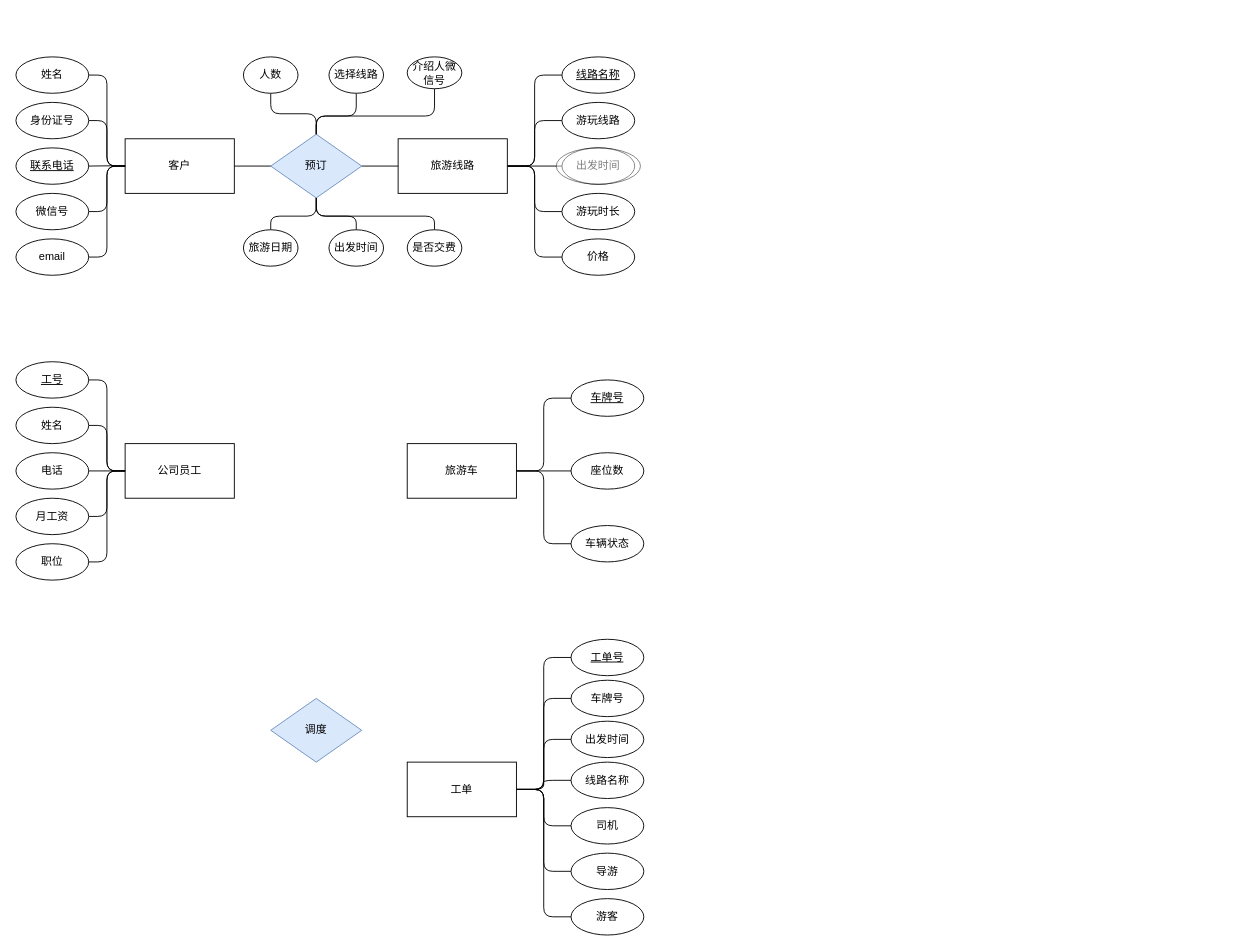
This is Untitled Diagram.drawio from AkeMondx/HNU-Auto-Clockin, a draw.io file, before an edit. Source tidied: cells renumbered, new cells numbered last; positions are measured from the earlier drawing's top-left corner, leaving out a move shared by most shapes. Both pictures are drawn from the tidied source at 91%, with x=0, y=0 at pixel (15, 56).
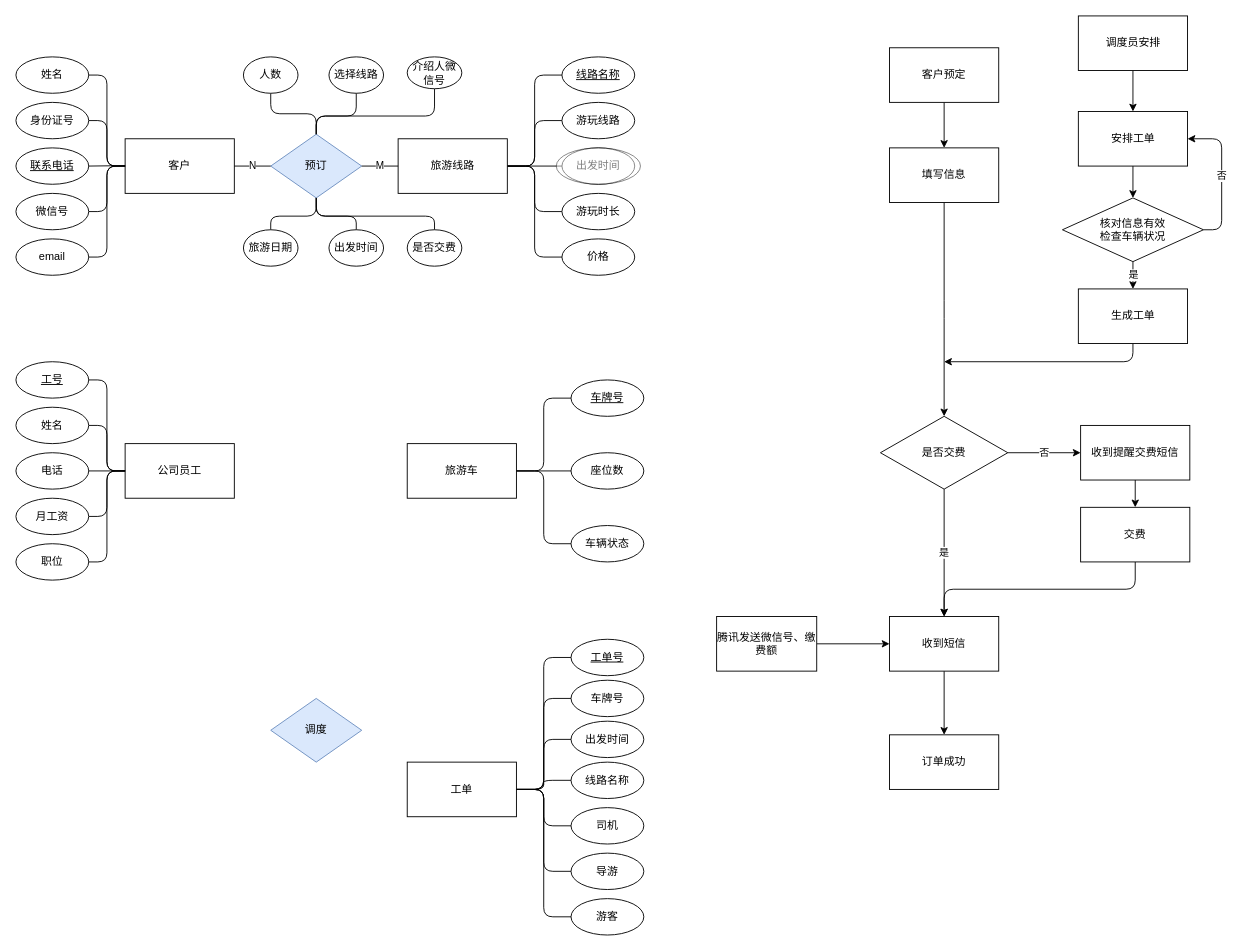
Above is the later version.

The change refers to these unchanged cells:
```xml
<mxCell id="2" value="客户" style="rounded=0;whiteSpace=wrap;html=1;sketch=0;" parent="1" vertex="1">
  <mxGeometry x="120" y="90" width="120" height="60" as="geometry" />
</mxCell>
<mxCell id="3" value="预订" style="rhombus;whiteSpace=wrap;html=1;rounded=0;sketch=0;fillColor=#dae8fc;strokeColor=#6c8ebf;" parent="1" vertex="1">
  <mxGeometry x="280" y="85" width="100" height="70" as="geometry" />
</mxCell>
<mxCell id="18" value="旅游线路" style="rounded=0;whiteSpace=wrap;html=1;sketch=0;" parent="1" vertex="1">
  <mxGeometry x="420" y="90" width="120" height="60" as="geometry" />
</mxCell>
```

Change to the diagram source:
```diff
@@
-    <mxCell id="4" style="endArrow=none;html=1;rounded=1;sketch=0;curved=0;entryX=0;entryY=0.5;entryDx=0;entryDy=0;exitX=1;exitY=0.5;exitDx=0;exitDy=0;" parent="1" edge="1" source="2" target="3">
+    <mxCell id="4" value="N" style="endArrow=none;html=1;rounded=1;sketch=0;curved=0;entryX=0;entryY=0.5;entryDx=0;entryDy=0;exitX=1;exitY=0.5;exitDx=0;exitDy=0;" parent="1" edge="1" source="2" target="3">
       <mxGeometry relative="1" as="geometry" />
     </mxCell>
@@
-    <mxCell id="19" style="endArrow=none;html=1;rounded=1;sketch=0;curved=0;exitX=1;exitY=0.5;exitDx=0;exitDy=0;" parent="1" edge="1" source="3" target="18">
+    <mxCell id="19" value="M" style="endArrow=none;html=1;rounded=1;sketch=0;curved=0;exitX=1;exitY=0.5;exitDx=0;exitDy=0;" parent="1" edge="1" source="3" target="18">
       <mxGeometry relative="1" as="geometry" />
     </mxCell>
@@
+    <mxCell id="75" style="edgeStyle=orthogonalEdgeStyle;curved=0;rounded=1;sketch=0;jettySize=auto;html=1;exitX=0.5;exitY=1;exitDx=0;exitDy=0;entryX=0.5;entryY=0;entryDx=0;entryDy=0;endArrow=classic;endFill=1;" parent="1" edge="1" source="76" target="78">
+      <mxGeometry relative="1" as="geometry" />
+    </mxCell>
+    <mxCell id="76" value="客户预定" style="rounded=0;whiteSpace=wrap;html=1;shadow=0;labelBackgroundColor=none;labelBorderColor=none;sketch=0;gradientColor=none;" parent="1" vertex="1">
+      <mxGeometry x="960" y="-10" width="120" height="60" as="geometry" />
+    </mxCell>
+    <mxCell id="77" style="edgeStyle=orthogonalEdgeStyle;curved=0;rounded=1;sketch=0;jettySize=auto;html=1;exitX=0.5;exitY=1;exitDx=0;exitDy=0;entryX=0.5;entryY=0;entryDx=0;entryDy=0;endArrow=classic;endFill=1;" parent="1" edge="1" source="78">
+      <mxGeometry relative="1" as="geometry">
+        <mxPoint x="1020" y="395" as="targetPoint" />
+      </mxGeometry>
+    </mxCell>
+    <mxCell id="78" value="填写信息" style="rounded=0;whiteSpace=wrap;html=1;shadow=0;labelBackgroundColor=none;labelBorderColor=none;sketch=0;gradientColor=none;" parent="1" vertex="1">
+      <mxGeometry x="960" y="100" width="120" height="60" as="geometry" />
+    </mxCell>
+    <mxCell id="79" style="edgeStyle=orthogonalEdgeStyle;curved=0;rounded=1;sketch=0;jettySize=auto;html=1;exitX=0.5;exitY=1;exitDx=0;exitDy=0;entryX=0.5;entryY=0;entryDx=0;entryDy=0;endArrow=classic;endFill=1;" parent="1" edge="1" source="80" target="82">
+      <mxGeometry relative="1" as="geometry" />
+    </mxCell>
+    <mxCell id="80" value="调度员安排" style="rounded=0;whiteSpace=wrap;html=1;shadow=0;labelBackgroundColor=none;labelBorderColor=none;sketch=0;gradientColor=none;" parent="1" vertex="1">
+      <mxGeometry x="1167.5" y="-45" width="120" height="60" as="geometry" />
+    </mxCell>
+    <mxCell id="81" style="edgeStyle=orthogonalEdgeStyle;curved=0;rounded=1;sketch=0;jettySize=auto;html=1;exitX=0.5;exitY=1;exitDx=0;exitDy=0;entryX=0.5;entryY=0;entryDx=0;entryDy=0;endArrow=classic;endFill=1;" parent="1" edge="1" source="82" target="85">
+      <mxGeometry relative="1" as="geometry" />
+    </mxCell>
+    <mxCell id="82" value="安排工单" style="rounded=0;whiteSpace=wrap;html=1;shadow=0;labelBackgroundColor=none;labelBorderColor=none;sketch=0;gradientColor=none;" parent="1" vertex="1">
+      <mxGeometry x="1167.5" y="60" width="120" height="60" as="geometry" />
+    </mxCell>
+    <mxCell id="83" value="否" style="edgeStyle=orthogonalEdgeStyle;curved=0;rounded=1;sketch=0;jettySize=auto;html=1;exitX=1;exitY=0.5;exitDx=0;exitDy=0;entryX=1;entryY=0.5;entryDx=0;entryDy=0;endArrow=classic;endFill=1;" parent="1" edge="1" source="85" target="82">
+      <mxGeometry relative="1" as="geometry" />
+    </mxCell>
+    <mxCell id="84" value="是" style="edgeStyle=orthogonalEdgeStyle;curved=0;rounded=1;sketch=0;jettySize=auto;html=1;exitX=0.5;exitY=1;exitDx=0;exitDy=0;entryX=0.5;entryY=0;entryDx=0;entryDy=0;endArrow=classic;endFill=1;" parent="1" edge="1" source="85" target="87">
+      <mxGeometry relative="1" as="geometry" />
+    </mxCell>
+    <mxCell id="85" value="核对信息有效&lt;br&gt;检查车辆状况" style="rhombus;whiteSpace=wrap;html=1;rounded=0;shadow=0;labelBackgroundColor=none;labelBorderColor=none;sketch=0;gradientColor=none;" parent="1" vertex="1">
+      <mxGeometry x="1150" y="155" width="155" height="70" as="geometry" />
+    </mxCell>
+    <mxCell id="86" style="edgeStyle=orthogonalEdgeStyle;curved=0;rounded=1;sketch=0;jettySize=auto;html=1;exitX=0.5;exitY=1;exitDx=0;exitDy=0;endArrow=classic;endFill=1;" parent="1" edge="1" source="87">
+      <mxGeometry relative="1" as="geometry">
+        <mxPoint x="1020" y="335" as="targetPoint" />
+        <Array as="points">
+          <mxPoint x="1228" y="335" />
+        </Array>
+      </mxGeometry>
+    </mxCell>
+    <mxCell id="87" value="生成工单" style="rounded=0;whiteSpace=wrap;html=1;shadow=0;labelBackgroundColor=none;labelBorderColor=none;sketch=0;gradientColor=none;" parent="1" vertex="1">
+      <mxGeometry x="1167.5" y="255" width="120" height="60" as="geometry" />
+    </mxCell>
+    <mxCell id="88" value="是" style="edgeStyle=orthogonalEdgeStyle;curved=0;rounded=1;sketch=0;jettySize=auto;html=1;exitX=0.5;exitY=1;exitDx=0;exitDy=0;entryX=0.5;entryY=0;entryDx=0;entryDy=0;endArrow=classic;endFill=1;" parent="1" edge="1" source="90" target="92">
+      <mxGeometry relative="1" as="geometry" />
+    </mxCell>
+    <mxCell id="89" value="否" style="edgeStyle=orthogonalEdgeStyle;curved=0;rounded=1;sketch=0;jettySize=auto;html=1;exitX=1;exitY=0.5;exitDx=0;exitDy=0;entryX=0;entryY=0.5;entryDx=0;entryDy=0;endArrow=classic;endFill=1;" parent="1" edge="1" source="90" target="97">
+      <mxGeometry relative="1" as="geometry" />
+    </mxCell>
+    <mxCell id="90" value="是否交费" style="rhombus;whiteSpace=wrap;html=1;rounded=0;shadow=0;labelBackgroundColor=none;labelBorderColor=none;sketch=0;gradientColor=none;" parent="1" vertex="1">
+      <mxGeometry x="950" y="395" width="140" height="80" as="geometry" />
+    </mxCell>
+    <mxCell id="91" style="edgeStyle=orthogonalEdgeStyle;curved=0;rounded=1;sketch=0;jettySize=auto;html=1;exitX=0.5;exitY=1;exitDx=0;exitDy=0;entryX=0.5;entryY=0;entryDx=0;entryDy=0;endArrow=classic;endFill=1;" parent="1" edge="1" source="92" target="95">
+      <mxGeometry relative="1" as="geometry" />
+    </mxCell>
+    <mxCell id="92" value="收到短信" style="rounded=0;whiteSpace=wrap;html=1;shadow=0;labelBackgroundColor=none;labelBorderColor=none;sketch=0;gradientColor=none;" parent="1" vertex="1">
+      <mxGeometry x="960" y="615" width="120" height="60" as="geometry" />
+    </mxCell>
+    <mxCell id="93" style="edgeStyle=orthogonalEdgeStyle;curved=0;rounded=1;sketch=0;jettySize=auto;html=1;entryX=0;entryY=0.5;entryDx=0;entryDy=0;endArrow=classic;endFill=1;" parent="1" edge="1" source="94" target="92">
+      <mxGeometry relative="1" as="geometry" />
+    </mxCell>
+    <mxCell id="94" value="腾讯发送微信号、缴费额" style="rounded=0;whiteSpace=wrap;html=1;shadow=0;labelBackgroundColor=none;labelBorderColor=none;sketch=0;gradientColor=none;" parent="1" vertex="1">
+      <mxGeometry x="770" y="615" width="110" height="60" as="geometry" />
+    </mxCell>
+    <mxCell id="95" value="订单成功" style="rounded=0;whiteSpace=wrap;html=1;shadow=0;labelBackgroundColor=none;labelBorderColor=none;sketch=0;gradientColor=none;" parent="1" vertex="1">
+      <mxGeometry x="960" y="745" width="120" height="60" as="geometry" />
+    </mxCell>
+    <mxCell id="96" style="edgeStyle=orthogonalEdgeStyle;curved=0;rounded=1;sketch=0;jettySize=auto;html=1;exitX=0.5;exitY=1;exitDx=0;exitDy=0;entryX=0.5;entryY=0;entryDx=0;entryDy=0;endArrow=classic;endFill=1;" parent="1" edge="1" source="97" target="99">
+      <mxGeometry relative="1" as="geometry" />
+    </mxCell>
+    <mxCell id="97" value="收到提醒交费短信" style="rounded=0;whiteSpace=wrap;html=1;shadow=0;labelBackgroundColor=none;labelBorderColor=none;sketch=0;gradientColor=none;" parent="1" vertex="1">
+      <mxGeometry x="1170" y="405" width="120" height="60" as="geometry" />
+    </mxCell>
+    <mxCell id="98" style="edgeStyle=orthogonalEdgeStyle;curved=0;rounded=1;sketch=0;jettySize=auto;html=1;exitX=0.5;exitY=1;exitDx=0;exitDy=0;entryX=0.5;entryY=0;entryDx=0;entryDy=0;endArrow=classic;endFill=1;" parent="1" edge="1" source="99" target="92">
+      <mxGeometry relative="1" as="geometry" />
+    </mxCell>
+    <mxCell id="99" value="交费" style="rounded=0;whiteSpace=wrap;html=1;shadow=0;labelBackgroundColor=none;labelBorderColor=none;sketch=0;gradientColor=none;" parent="1" vertex="1">
+      <mxGeometry x="1170" y="495" width="120" height="60" as="geometry" />
+    </mxCell>
```
